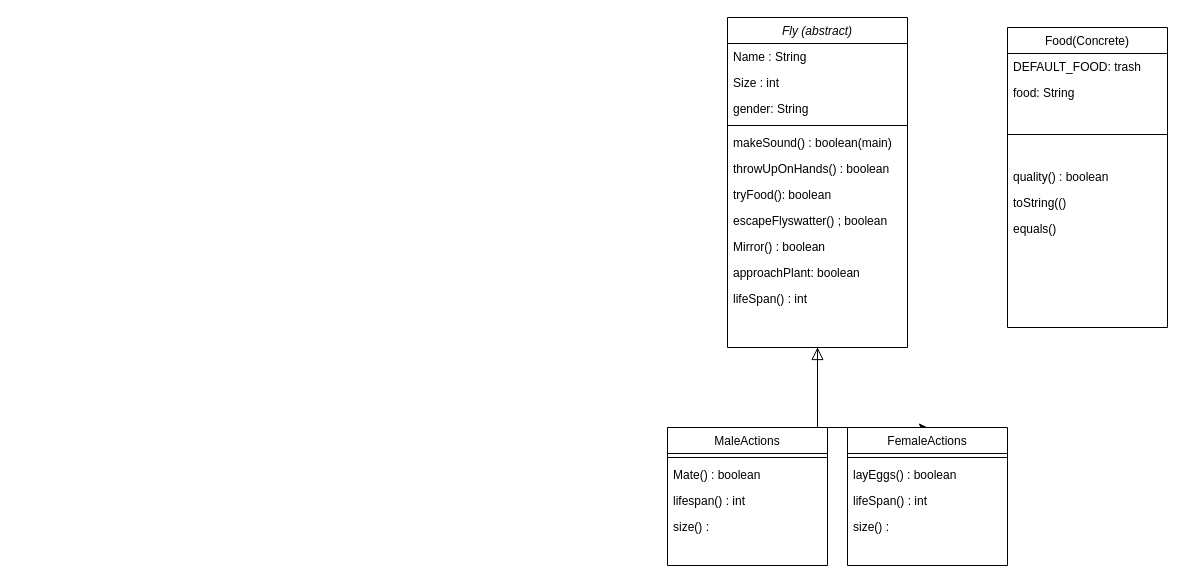
The draw.io diagram those gorls.drawio in CS112-2564-Fall2024/ud1-those-gorls, before the edit. Source tidied: cells renumbered, new cells numbered last; positions are measured from the earlier drawing's top-left corner, leaving out a move shared by most shapes. Both pictures are drawn from the tidied source at 100%, with x=0, y=0 at pixel (667, 17).
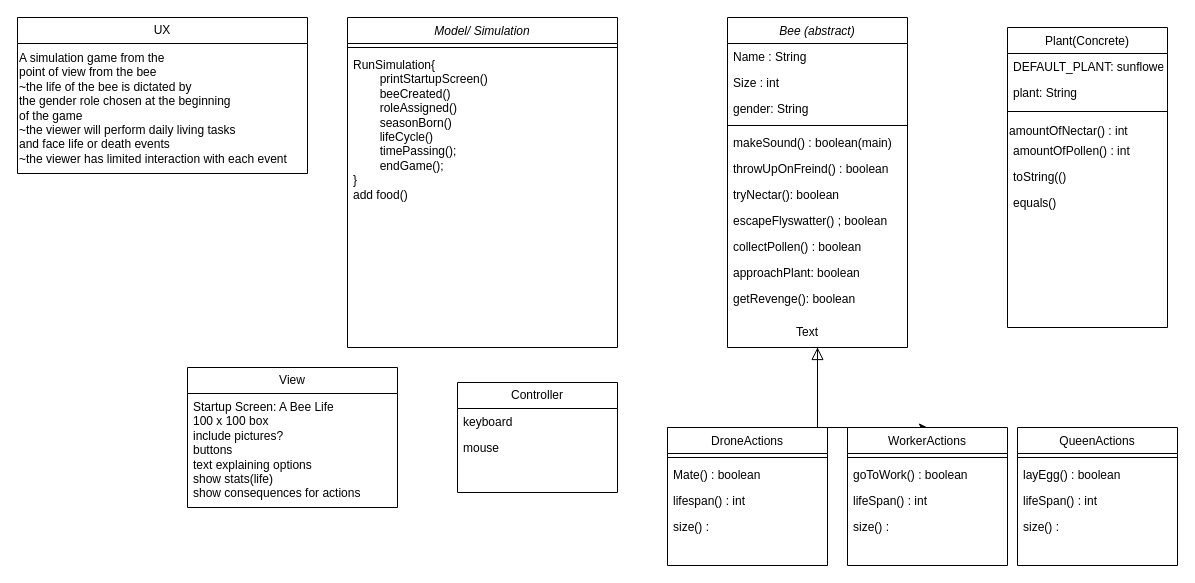
Above is the later version.

The edit, as a diff of the source:
```diff
@@
-    <mxCell id="3" value="Fly (abstract)" style="swimlane;fontStyle=2;align=center;verticalAlign=top;horizontal=1;startSize=26;rounded=0;shadow=0;strokeWidth=1;" parent="1" vertex="1">
+    <mxCell id="3" value="Bee (abstract)" style="swimlane;fontStyle=2;align=center;verticalAlign=top;horizontal=1;startSize=26;rounded=0;shadow=0;strokeWidth=1;" parent="1" vertex="1">
       <mxGeometry x="60" width="180" height="330" as="geometry" />
     </mxCell>
@@
-    <mxCell id="9" value="throwUpOnHands() : boolean" style="text;align=left;verticalAlign=top;spacingLeft=4;spacingRight=4;overflow=hidden;" parent="3" vertex="1">
+    <mxCell id="9" value="throwUpOnFreind() : boolean" style="text;align=left;verticalAlign=top;spacingLeft=4;spacingRight=4;overflow=hidden;" parent="3" vertex="1">
       <mxGeometry y="138" width="180" height="26" as="geometry" />
     </mxCell>
-    <mxCell id="10" value="tryFood(): boolean" style="text;align=left;verticalAlign=top;spacingLeft=4;spacingRight=4;overflow=hidden;" parent="3" vertex="1">
+    <mxCell id="10" value="tryNectar(): boolean" style="text;align=left;verticalAlign=top;spacingLeft=4;spacingRight=4;overflow=hidden;" parent="3" vertex="1">
       <mxGeometry y="164" width="180" height="26" as="geometry" />
     </mxCell>
@@
-    <mxCell id="12" value="Mirror() : boolean" style="text;align=left;verticalAlign=top;spacingLeft=4;spacingRight=4;overflow=hidden;" parent="3" vertex="1">
+    <mxCell id="12" value="collectPollen() : boolean" style="text;align=left;verticalAlign=top;spacingLeft=4;spacingRight=4;overflow=hidden;" parent="3" vertex="1">
       <mxGeometry y="216" width="180" height="26" as="geometry" />
     </mxCell>
@@
-    <mxCell id="14" value="lifeSpan() : int" style="text;align=left;verticalAlign=top;spacingLeft=4;spacingRight=4;overflow=hidden;" parent="3" vertex="1">
+    <mxCell id="14" value="getRevenge(): boolean" style="text;align=left;verticalAlign=top;spacingLeft=4;spacingRight=4;overflow=hidden;" parent="3" vertex="1">
       <mxGeometry y="268" width="180" height="26" as="geometry" />
     </mxCell>
-    <mxCell id="15" value="MaleActions" style="swimlane;fontStyle=0;align=center;verticalAlign=top;horizontal=1;startSize=26;rounded=0;shadow=0;strokeWidth=1;" parent="1" vertex="1">
+    <mxCell id="15" value="DroneActions" style="swimlane;fontStyle=0;align=center;verticalAlign=top;horizontal=1;startSize=26;rounded=0;shadow=0;strokeWidth=1;" parent="1" vertex="1">
       <mxGeometry y="410" width="160" height="138" as="geometry" />
     </mxCell>
@@
-    <mxCell id="21" value="Food(Concrete)" style="swimlane;fontStyle=0;align=center;verticalAlign=top;horizontal=1;startSize=26;rounded=0;shadow=0;strokeWidth=1;" parent="1" vertex="1">
+    <mxCell id="21" value="Plant(Concrete)" style="swimlane;fontStyle=0;align=center;verticalAlign=top;horizontal=1;startSize=26;rounded=0;shadow=0;strokeWidth=1;" parent="1" vertex="1">
       <mxGeometry x="340" y="10" width="160" height="300" as="geometry" />
     </mxCell>
-    <mxCell id="22" value="DEFAULT_FOOD: trash" style="text;align=left;verticalAlign=top;spacingLeft=4;spacingRight=4;overflow=hidden;" parent="21" vertex="1">
+    <mxCell id="22" value="DEFAULT_PLANT: sunflower" style="text;align=left;verticalAlign=top;spacingLeft=4;spacingRight=4;overflow=hidden;" parent="21" vertex="1">
       <mxGeometry y="26" width="160" height="26" as="geometry" />
     </mxCell>
-    <mxCell id="23" value="food: String" style="text;align=left;verticalAlign=top;spacingLeft=4;spacingRight=4;overflow=hidden;" parent="21" vertex="1">
+    <mxCell id="23" value="plant: String" style="text;align=left;verticalAlign=top;spacingLeft=4;spacingRight=4;overflow=hidden;" parent="21" vertex="1">
       <mxGeometry y="52" width="160" height="26" as="geometry" />
     </mxCell>
     <mxCell id="24" style="line;html=1;strokeWidth=1;align=left;verticalAlign=middle;spacingTop=-1;spacingLeft=3;spacingRight=3;labelPosition=right;" parent="21" vertex="1">
-      <mxGeometry y="78" width="160" height="58" as="geometry" />
+      <mxGeometry y="78" width="160" height="12" as="geometry" />
     </mxCell>
+    <mxCell id="33" value="amountOfNectar() : int" style="text;whiteSpace=wrap;html=1;" parent="21" vertex="1">
+      <mxGeometry y="90" width="160" height="20" as="geometry" />
+    </mxCell>
-    <mxCell id="25" value="quality() : boolean" style="text;align=left;verticalAlign=top;spacingLeft=4;spacingRight=4;overflow=hidden;" parent="21" vertex="1">
-      <mxGeometry y="136" width="160" height="26" as="geometry" />
+    <mxCell id="25" value="amountOfPollen() : int" style="text;align=left;verticalAlign=top;spacingLeft=4;spacingRight=4;overflow=hidden;" parent="21" vertex="1">
+      <mxGeometry y="110" width="160" height="26" as="geometry" />
     </mxCell>
     <mxCell id="26" value="toString(()" style="text;align=left;verticalAlign=top;spacingLeft=4;spacingRight=4;overflow=hidden;" parent="21" vertex="1">
-      <mxGeometry y="162" width="160" height="26" as="geometry" />
+      <mxGeometry y="136" width="160" height="26" as="geometry" />
     </mxCell>
     <mxCell id="27" value="equals()" style="text;align=left;verticalAlign=top;spacingLeft=4;spacingRight=4;overflow=hidden;" parent="21" vertex="1">
-      <mxGeometry y="188" width="160" height="26" as="geometry" />
+      <mxGeometry y="162" width="160" height="26" as="geometry" />
     </mxCell>
-    <mxCell id="28" value="FemaleActions" style="swimlane;fontStyle=0;align=center;verticalAlign=top;horizontal=1;startSize=26;rounded=0;shadow=0;strokeWidth=1;" parent="1" vertex="1">
+    <mxCell id="28" value="WorkerActions" style="swimlane;fontStyle=0;align=center;verticalAlign=top;horizontal=1;startSize=26;rounded=0;shadow=0;strokeWidth=1;" parent="1" vertex="1">
       <mxGeometry x="180" y="410" width="160" height="138" as="geometry" />
     </mxCell>
@@
-    <mxCell id="30" value="layEggs() : boolean" style="text;align=left;verticalAlign=top;spacingLeft=4;spacingRight=4;overflow=hidden;" parent="28" vertex="1">
+    <mxCell id="30" value="goToWork() : boolean" style="text;align=left;verticalAlign=top;spacingLeft=4;spacingRight=4;overflow=hidden;" parent="28" vertex="1">
       <mxGeometry y="34" width="160" height="26" as="geometry" />
     </mxCell>
@@
+    <mxCell id="34" value="Model/ Simulation" style="swimlane;fontStyle=2;align=center;verticalAlign=top;horizontal=1;startSize=26;rounded=0;shadow=0;strokeWidth=1;" parent="1" vertex="1">
+      <mxGeometry x="-320" width="270" height="330" as="geometry" />
+    </mxCell>
+    <mxCell id="35" style="line;html=1;strokeWidth=1;align=left;verticalAlign=middle;spacingTop=-1;spacingLeft=3;spacingRight=3;labelPosition=right;" parent="34" vertex="1">
+      <mxGeometry y="26" width="270" height="8" as="geometry" />
+    </mxCell>
+    <mxCell id="36" value="RunSimulation{&lt;div&gt;&lt;div&gt;&lt;/div&gt;&lt;/div&gt;&lt;div&gt;&lt;span style=&quot;white-space: pre;&quot;&gt;&#9;&lt;/span&gt;printStartupScreen()&lt;br&gt;&lt;/div&gt;&lt;div&gt;&lt;span style=&quot;white-space: pre;&quot;&gt;&#9;&lt;/span&gt;beeCreated()&lt;br&gt;&lt;/div&gt;&lt;div&gt;&lt;span style=&quot;white-space: pre;&quot;&gt;&#9;&lt;/span&gt;roleAssigned()&lt;br&gt;&lt;/div&gt;&lt;div&gt;&lt;span style=&quot;white-space: pre;&quot;&gt;&#9;&lt;/span&gt;seasonBorn()&lt;br&gt;&lt;/div&gt;&lt;div&gt;&lt;span style=&quot;white-space: pre;&quot;&gt;&#9;&lt;/span&gt;lifeCycle()&lt;br&gt;&lt;/div&gt;&lt;div&gt;&lt;span style=&quot;white-space: pre;&quot;&gt;&#9;&lt;/span&gt;timePassing();&lt;br&gt;&lt;/div&gt;&lt;div&gt;&lt;span style=&quot;white-space: pre;&quot;&gt;&#9;&lt;/span&gt;endGame();&lt;br&gt;&lt;/div&gt;&lt;div&gt;}&lt;/div&gt;&lt;div&gt;add food()&lt;/div&gt;" style="text;strokeColor=none;fillColor=none;align=left;verticalAlign=top;spacingLeft=4;spacingRight=4;overflow=hidden;whiteSpace=wrap;html=1;" parent="34" vertex="1">
+      <mxGeometry y="34" width="270" height="286" as="geometry" />
+    </mxCell>
+    <mxCell id="37" value="Text" style="text;strokeColor=none;align=center;fillColor=none;html=1;verticalAlign=middle;whiteSpace=wrap;rounded=0;" parent="1" vertex="1">
+      <mxGeometry x="110" y="300" width="60" height="30" as="geometry" />
+    </mxCell>
+    <mxCell id="38" value="UX" style="swimlane;fontStyle=0;horizontal=1;startSize=26;fillColor=none;whiteSpace=wrap;html=1;" parent="1" vertex="1">
+      <mxGeometry x="-650" width="290" height="156" as="geometry" />
+    </mxCell>
+    <mxCell id="39" value="A simulation game from the&amp;nbsp;&lt;div&gt;point of view from the bee&lt;/div&gt;&lt;div&gt;~the life of the bee is dictated by&lt;/div&gt;&lt;div&gt;the gender role chosen at the beginning&amp;nbsp;&lt;/div&gt;&lt;div&gt;of the game&amp;nbsp;&lt;/div&gt;&lt;div&gt;~the viewer will perform daily living tasks&lt;/div&gt;&lt;div&gt;and face life or death events&lt;/div&gt;&lt;div&gt;~the viewer has limited interaction with each event&lt;/div&gt;" style="text;html=1;align=left;verticalAlign=middle;strokeColor=none;fillColor=none;" parent="38" vertex="1">
+      <mxGeometry y="26" width="290" height="130" as="geometry" />
+    </mxCell>
+    <mxCell id="40" value="View" style="swimlane;fontStyle=0;horizontal=1;startSize=26;fillColor=none;whiteSpace=wrap;html=1;" parent="1" vertex="1">
+      <mxGeometry x="-480" y="350" width="210" height="140" as="geometry" />
+    </mxCell>
+    <mxCell id="41" value="&lt;div&gt;Startup Screen: A Bee Life&lt;/div&gt;100 x 100 box&lt;div&gt;include pictures?&lt;/div&gt;&lt;div&gt;buttons&lt;/div&gt;&lt;div&gt;text explaining options&lt;/div&gt;&lt;div&gt;show stats(life)&lt;/div&gt;&lt;div&gt;show consequences for actions&lt;/div&gt;" style="text;strokeColor=none;fillColor=none;align=left;verticalAlign=top;spacingLeft=4;spacingRight=4;overflow=hidden;whiteSpace=wrap;html=1;" parent="40" vertex="1">
+      <mxGeometry y="26" width="210" height="114" as="geometry" />
+    </mxCell>
+    <mxCell id="42" value="Controller" style="swimlane;fontStyle=0;horizontal=1;startSize=26;fillColor=none;whiteSpace=wrap;html=1;" parent="1" vertex="1">
+      <mxGeometry x="-210" y="365" width="160" height="110" as="geometry" />
+    </mxCell>
+    <mxCell id="43" value="keyboard" style="text;strokeColor=none;fillColor=none;align=left;verticalAlign=top;spacingLeft=4;spacingRight=4;overflow=hidden;whiteSpace=wrap;html=1;" parent="42" vertex="1">
+      <mxGeometry y="26" width="160" height="26" as="geometry" />
+    </mxCell>
+    <mxCell id="44" value="mouse" style="text;strokeColor=none;fillColor=none;align=left;verticalAlign=top;spacingLeft=4;spacingRight=4;overflow=hidden;whiteSpace=wrap;html=1;" parent="42" vertex="1">
+      <mxGeometry y="52" width="160" height="58" as="geometry" />
+    </mxCell>
+    <mxCell id="45" value="QueenActions" style="swimlane;fontStyle=0;align=center;verticalAlign=top;horizontal=1;startSize=26;rounded=0;shadow=0;strokeWidth=1;" parent="1" vertex="1">
+      <mxGeometry x="350" y="410" width="160" height="138" as="geometry" />
+    </mxCell>
+    <mxCell id="46" style="line;html=1;strokeWidth=1;align=left;verticalAlign=middle;spacingTop=-1;spacingLeft=3;spacingRight=3;labelPosition=right;" parent="45" vertex="1">
+      <mxGeometry y="26" width="160" height="8" as="geometry" />
+    </mxCell>
+    <mxCell id="47" value="layEgg() : boolean" style="text;align=left;verticalAlign=top;spacingLeft=4;spacingRight=4;overflow=hidden;" parent="45" vertex="1">
+      <mxGeometry y="34" width="160" height="26" as="geometry" />
+    </mxCell>
+    <mxCell id="48" value="lifeSpan() : int" style="text;align=left;verticalAlign=top;spacingLeft=4;spacingRight=4;overflow=hidden;" parent="45" vertex="1">
+      <mxGeometry y="60" width="160" height="26" as="geometry" />
+    </mxCell>
+    <mxCell id="49" value="size() : " style="text;align=left;verticalAlign=top;spacingLeft=4;spacingRight=4;overflow=hidden;" parent="45" vertex="1">
+      <mxGeometry y="86" width="160" height="26" as="geometry" />
+    </mxCell>
```
